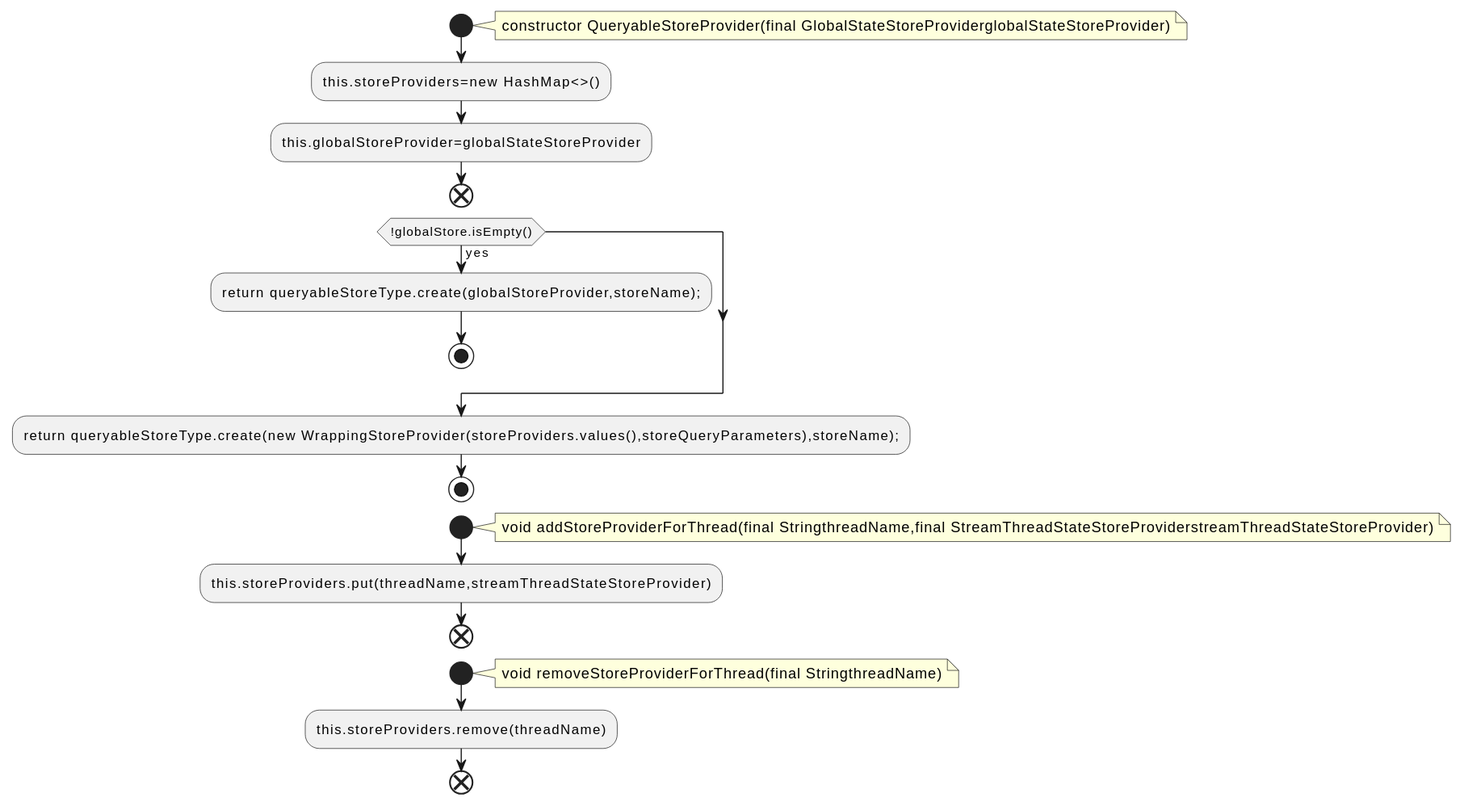
The PlantUML diagram docs/qc/streams/src/main/java/org/apache/kafka/streams/state/internals/QueryableStoreProvider.java.fct.svg in qualitesys/kafka, before a commit.
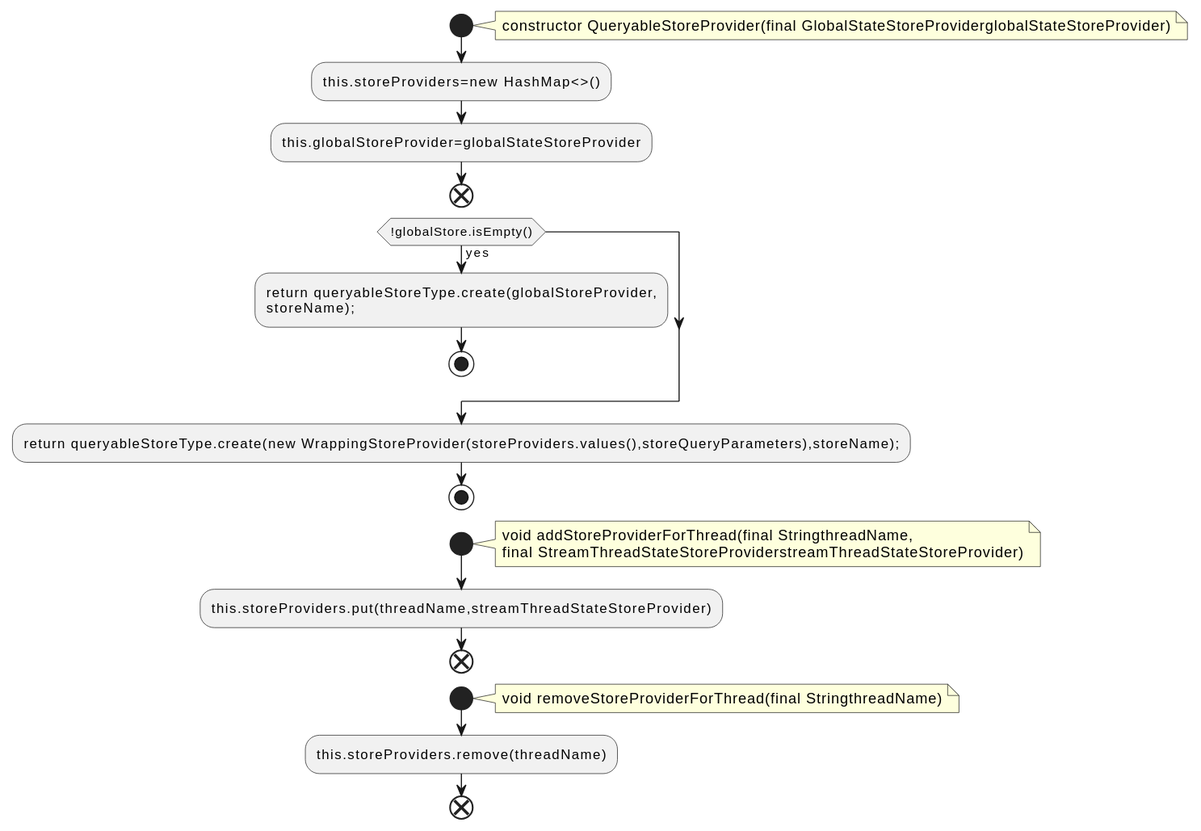
Above is the later version.

What changed in the source:
```diff
@@ -8,14 +8,16 @@
 :this.globalStoreProvider=globalStateStoreProvider;
 end
 if (!globalStore.isEmpty()) then (yes)
-:return queryableStoreType.create(globalStoreProvider,storeName);;
+:return queryableStoreType.create(globalStoreProvider,
+storeName);;
 stop
 endif
 :return queryableStoreType.create(new WrappingStoreProvider(storeProviders.values(),storeQueryParameters),storeName);;
 stop
 start
 note right
-void addStoreProviderForThread(final StringthreadName,final StreamThreadStateStoreProviderstreamThreadStateStoreProvider)
+void addStoreProviderForThread(final StringthreadName,
+final StreamThreadStateStoreProviderstreamThreadStateStoreProvider)
 end note
 :this.storeProviders.put(threadName,streamThreadStateStoreProvider);
 end
```
